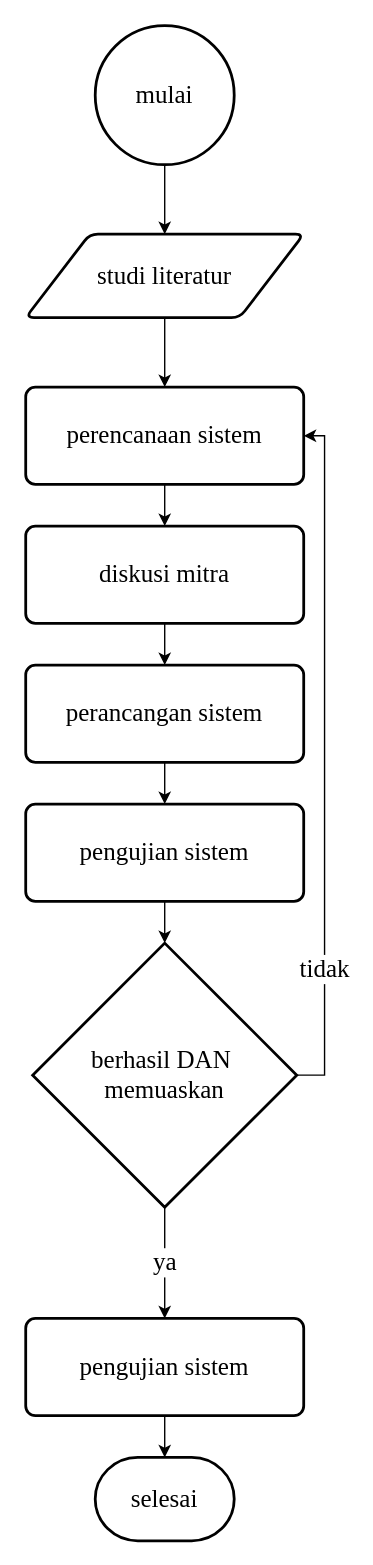
This is page "LDAP - FLow" (3 of 10) of Chart on Search Query.drawio from troders34/research, a draw.io file, before an edit. Source tidied: cells renumbered, new cells numbered last; positions are measured from the earlier drawing's top-left corner, leaving out a move shared by most shapes. Both pictures are drawn from the tidied source at 139%, with x=0, y=0 at pixel (25, 25).
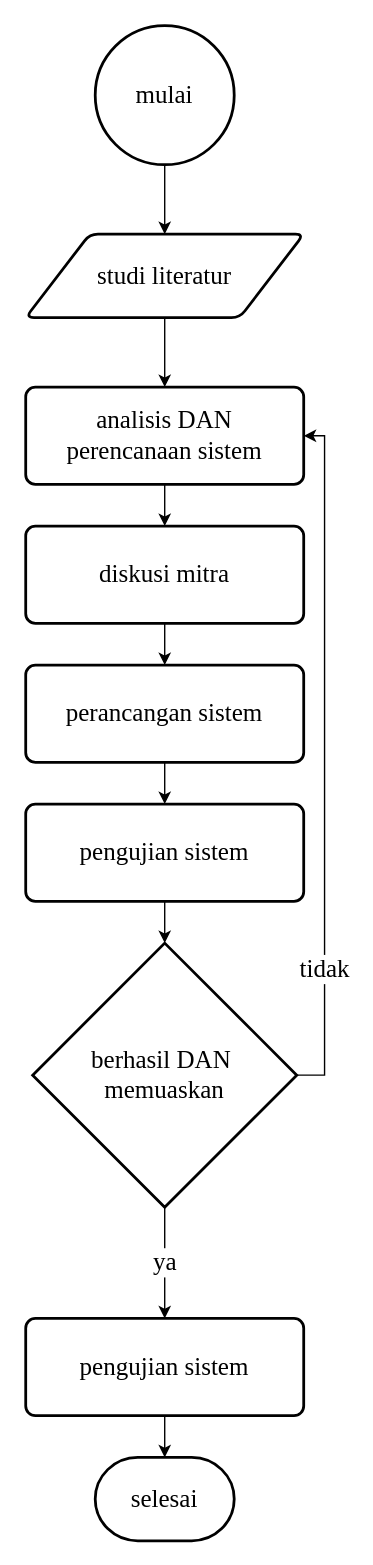
The same page after the edit.

What changed in the source:
```diff
@@
-    <mxCell id="8" value="perencanaan sistem" style="rounded=1;whiteSpace=wrap;html=1;absoluteArcSize=1;arcSize=14;strokeWidth=2;fontFamily=Times New Roman;fontSize=18;" parent="1" vertex="1">
+    <mxCell id="8" value="analisis DAN&lt;div&gt;perencanaan sistem&lt;/div&gt;" style="rounded=1;whiteSpace=wrap;html=1;absoluteArcSize=1;arcSize=14;strokeWidth=2;fontFamily=Times New Roman;fontSize=18;" parent="1" vertex="1">
       <mxGeometry y="260" width="200" height="70" as="geometry" />
     </mxCell>
```
